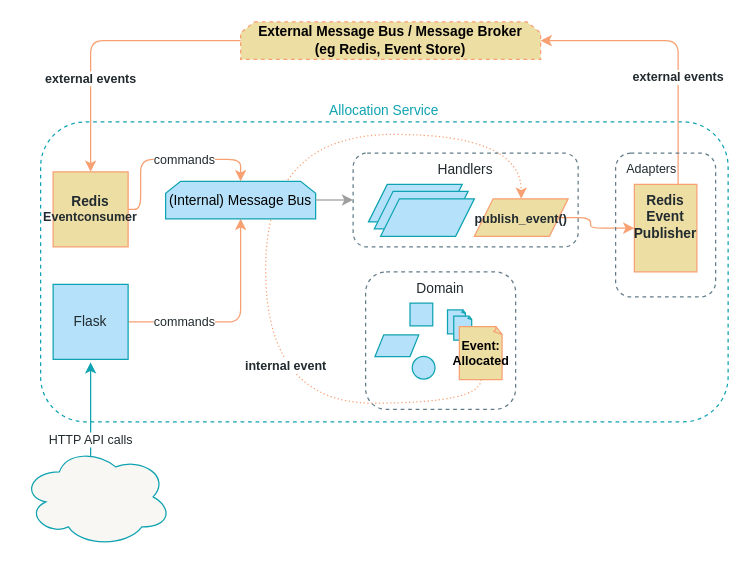
This is page "Chapter 11" (8 of 11) of maps.drawio from cosmicpython/book, a draw.io file, before an edit. Source tidied: cells renumbered, new cells numbered last; positions are measured from the earlier drawing's top-left corner, leaving out a move shared by most shapes. Both pictures are drawn from the tidied source at 125%, with x=0, y=0 at pixel (21, 21).
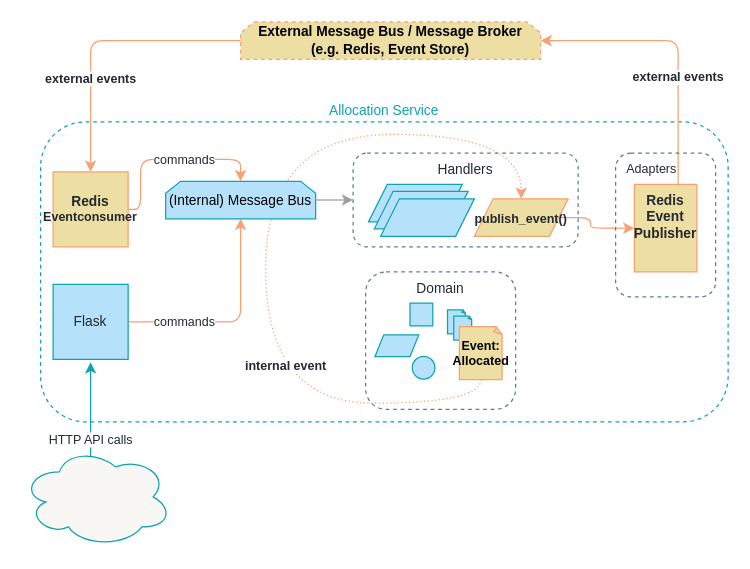
The same page after the edit.

The edit, as a diff of the source:
```diff
@@
-    <mxCell id="7" value="&lt;div style=&quot;font-size: 11px&quot;&gt;External Message Bus / Message Broker&lt;br&gt;&lt;/div&gt;&lt;div style=&quot;font-size: 11px&quot;&gt;(eg Redis, Event Store)&lt;br style=&quot;font-size: 11px&quot;&gt;&lt;/div&gt;" style="shape=loopLimit;whiteSpace=wrap;html=1;shadow=0;dashed=1;fontFamily=Guardian Sans Cond Light;fontSize=11;fontColor=#000000;align=center;strokeColor=#F7A072;fillColor=#EDDEA4;gradientColor=none;size=11;fontStyle=1;" parent="1" vertex="1">
+    <mxCell id="7" value="&lt;div style=&quot;font-size: 11px&quot;&gt;External Message Bus / Message Broker&lt;br&gt;&lt;/div&gt;&lt;div style=&quot;font-size: 11px&quot;&gt;(e.g. Redis, Event Store)&lt;br style=&quot;font-size: 11px&quot;&gt;&lt;/div&gt;" style="shape=loopLimit;whiteSpace=wrap;html=1;shadow=0;dashed=1;fontFamily=Guardian Sans Cond Light;fontSize=11;fontColor=#000000;align=center;strokeColor=#F7A072;fillColor=#EDDEA4;gradientColor=none;size=11;fontStyle=1;" parent="1" vertex="1">
       <mxGeometry x="175" width="240" height="30" as="geometry" />
     </mxCell>
```
